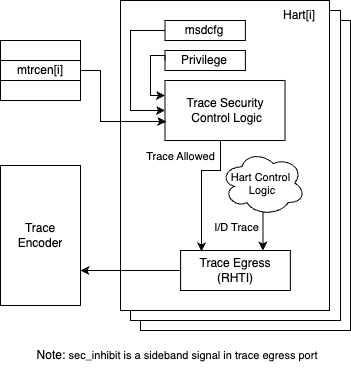
Above: images/external_debug_trace.drawio.png in riscv-non-isa/riscv-external-debug-security (draw.io), before the change. Source tidied: cells renumbered, new cells last; positions are measured from the earlier drawing's top-left corner, leaving out a move shared by most shapes.
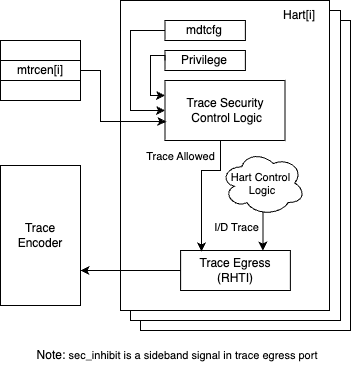
Above is the later version.

Commit message:
Introduce mdtcfg CSR to decouple debug/trace security from Smsdid/SMMTT

The edit, as a diff of the source:
```diff
@@ -87,7 +87,7 @@
         </Array>
       </mxGeometry>
     </mxCell>
-    <mxCell id="23" value="msdcfg" style="rounded=0;whiteSpace=wrap;html=1;" parent="2" vertex="1">
+    <mxCell id="23" value="mdtcfg" style="rounded=0;whiteSpace=wrap;html=1;" parent="2" vertex="1">
       <mxGeometry x="164.5" y="20" width="80.4" height="20" as="geometry" />
     </mxCell>
     <mxCell id="24" style="edgeStyle=orthogonalEdgeStyle;rounded=0;jettySize=auto;html=1;exitX=0;exitY=0.5;exitDx=0;exitDy=0;entryX=0;entryY=0.5;entryDx=0;entryDy=0;" parent="2" edge="1" source="23" target="16">
```
